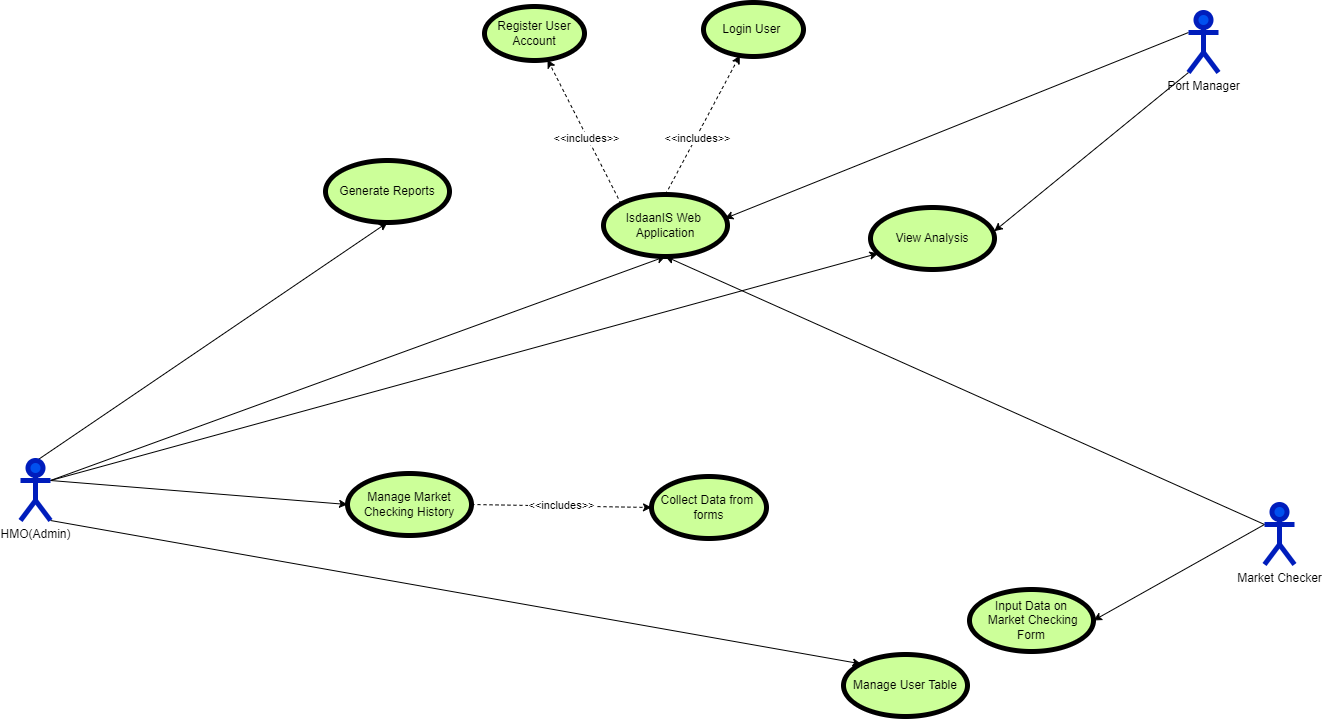
bekbek28/ISDAANIS keeps this draw.io diagram as FisheryManagement/UCDIsdaanIS.drawio.png. Above is the earlier version. Source tidied: cells renumbered, new cells last; positions are measured from the earlier drawing's top-left corner, leaving out a move shared by most shapes.
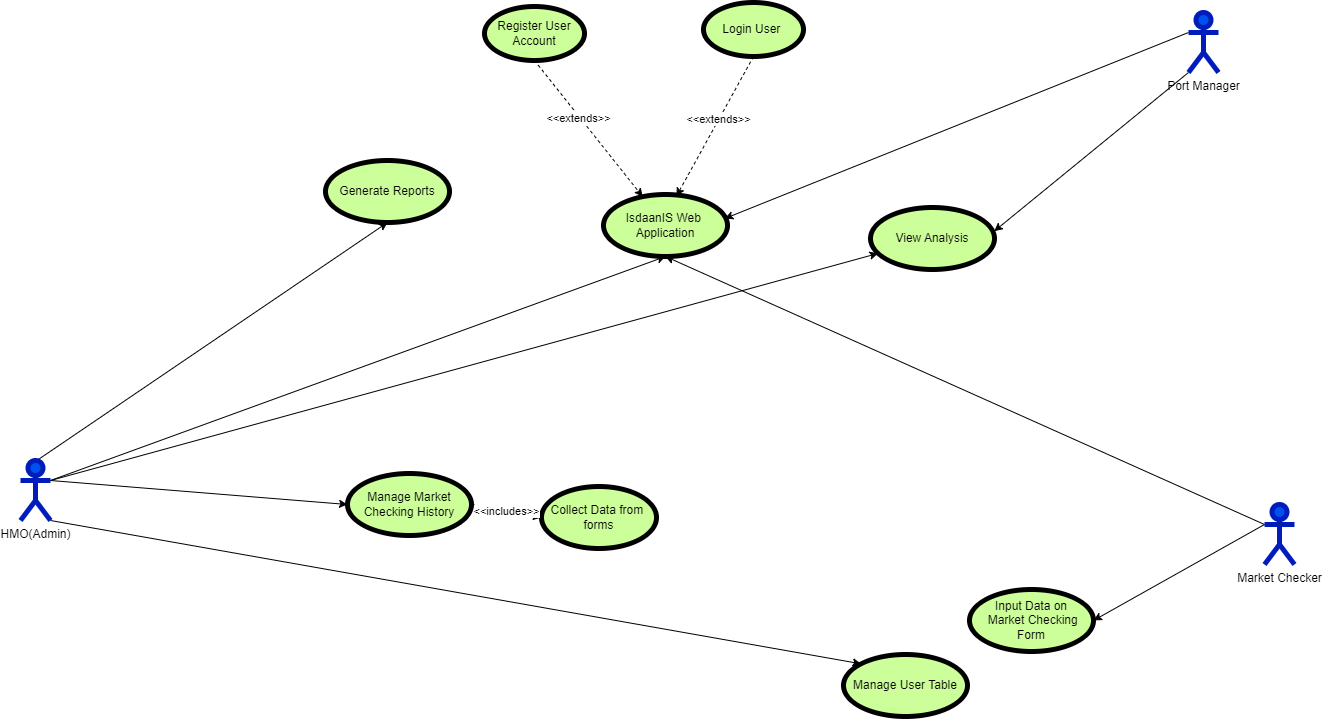
Later version of the same file.

Diff of the diagram source:
```diff
@@ -38,24 +38,24 @@
     <mxCell id="13" value="Port Manager" style="shape=umlActor;verticalLabelPosition=bottom;verticalAlign=top;html=1;outlineConnect=0;strokeWidth=5;fillColor=#0050ef;fontColor=#000000;strokeColor=#001DBC;" parent="1" vertex="1">
       <mxGeometry x="1168" y="10" width="30" height="60" as="geometry" />
     </mxCell>
-    <mxCell id="14" style="edgeStyle=none;html=1;exitX=0.5;exitY=0;exitDx=0;exitDy=0;dashed=1;" parent="1" edge="1" source="18" target="19">
-      <mxGeometry relative="1" as="geometry" />
-    </mxCell>
-    <mxCell id="15" value="&amp;lt;&amp;lt;includes&amp;gt;&amp;gt;" style="edgeLabel;html=1;align=center;verticalAlign=middle;" parent="14" vertex="1">
-      <mxGeometry x="-0.18" y="-1" relative="1" as="geometry" />
-    </mxCell>
-    <mxCell id="16" style="edgeStyle=none;html=1;exitX=0;exitY=0;exitDx=0;exitDy=0;dashed=1;" parent="1" edge="1" source="18" target="20">
-      <mxGeometry relative="1" as="geometry" />
-    </mxCell>
+    <mxCell id="18" value="IsdaanIS Web&amp;nbsp;&lt;br&gt;Application" style="ellipse;whiteSpace=wrap;html=1;labelBackgroundColor=none;strokeWidth=5;fontColor=#000000;fillColor=#CCFF99;labelBorderColor=none;" parent="1" vertex="1">
+      <mxGeometry x="583" y="192" width="124" height="62" as="geometry" />
+    </mxCell>
+    <mxCell id="28" style="edgeStyle=none;html=1;exitX=0.5;exitY=1;exitDx=0;exitDy=0;entryX=0.588;entryY=0.027;entryDx=0;entryDy=0;entryPerimeter=0;dashed=1;" parent="1" edge="1" source="19" target="18">
+      <mxGeometry relative="1" as="geometry" />
+    </mxCell>
+    <mxCell id="29" value="&amp;lt;&amp;lt;extends&amp;gt;&amp;gt;" style="edgeLabel;html=1;align=center;verticalAlign=middle;" parent="28" vertex="1">
+      <mxGeometry x="-0.1" y="-1" relative="1" as="geometry" />
+    </mxCell>
+    <mxCell id="19" value="Login User&amp;nbsp;" style="ellipse;whiteSpace=wrap;html=1;labelBackgroundColor=none;labelBorderColor=none;strokeWidth=5;fontColor=#000000;fillColor=#CCFF99;" parent="1" vertex="1">
+      <mxGeometry x="683" width="100" height="54" as="geometry" />
+    </mxCell>
-    <mxCell id="17" value="&amp;lt;&amp;lt;includes&amp;gt;&amp;gt;" style="edgeLabel;html=1;align=center;verticalAlign=middle;" parent="16" vertex="1">
-      <mxGeometry x="-0.08" y="1" relative="1" as="geometry" />
+    <mxCell id="17" style="edgeStyle=none;html=1;exitX=0.5;exitY=1;exitDx=0;exitDy=0;dashed=1;" parent="1" edge="1" source="20" target="18">
+      <mxGeometry relative="1" as="geometry" />
     </mxCell>
-    <mxCell id="18" value="IsdaanIS Web&amp;nbsp;&lt;br&gt;Application" style="ellipse;whiteSpace=wrap;html=1;labelBackgroundColor=none;strokeWidth=5;fontColor=#000000;fillColor=#CCFF99;labelBorderColor=none;" parent="1" vertex="1">
-      <mxGeometry x="583" y="192" width="124" height="62" as="geometry" />
-    </mxCell>
-    <mxCell id="19" value="Login User&amp;nbsp;" style="ellipse;whiteSpace=wrap;html=1;labelBackgroundColor=none;labelBorderColor=none;strokeWidth=5;fontColor=#000000;fillColor=#CCFF99;" parent="1" vertex="1">
-      <mxGeometry x="683" width="100" height="54" as="geometry" />
-    </mxCell>
+    <mxCell id="30" value="&amp;lt;&amp;lt;extends&amp;gt;&amp;gt;" style="edgeLabel;html=1;align=center;verticalAlign=middle;" parent="17" vertex="1">
+      <mxGeometry x="-0.18" y="-2" relative="1" as="geometry" />
+    </mxCell>
     <mxCell id="20" value="Register User Account" style="ellipse;whiteSpace=wrap;html=1;labelBackgroundColor=none;labelBorderColor=none;strokeWidth=5;fontColor=#000000;fillColor=#CCFF99;" parent="1" vertex="1">
       <mxGeometry x="464" y="4" width="100" height="54" as="geometry" />
     </mxCell>
@@ -72,7 +72,7 @@
       <mxGeometry x="305" y="158" width="124" height="62" as="geometry" />
     </mxCell>
     <mxCell id="25" value="Collect Data from&amp;nbsp;&lt;br&gt;forms" style="ellipse;whiteSpace=wrap;html=1;labelBackgroundColor=none;strokeWidth=5;fontColor=#000000;fillColor=#CCFF99;labelBorderColor=none;" parent="1" vertex="1">
-      <mxGeometry x="631" y="474" width="115" height="62" as="geometry" />
+      <mxGeometry x="521" y="484" width="115" height="62" as="geometry" />
     </mxCell>
     <mxCell id="26" value="&amp;lt;&amp;lt;includes&amp;gt;&amp;gt;" style="edgeStyle=none;html=1;exitX=1;exitY=0.5;exitDx=0;exitDy=0;entryX=0;entryY=0.5;entryDx=0;entryDy=0;dashed=1;" parent="1" edge="1" source="27" target="25">
       <mxGeometry relative="1" as="geometry" />
```
